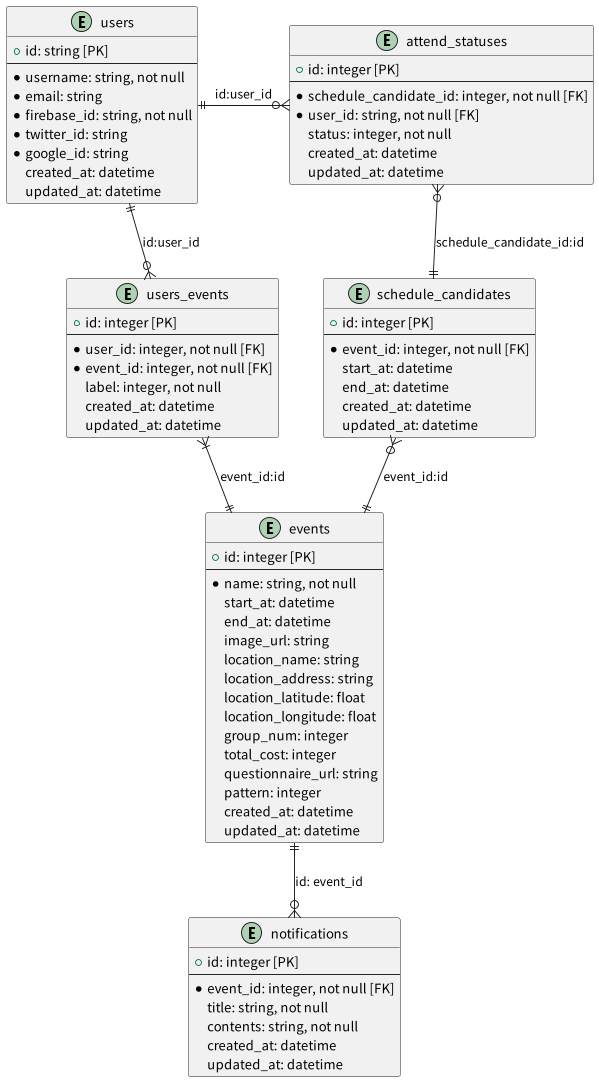
Above: docs/plantuml/er.png in ITK13201/schetify-api (PlantUML), before the change.
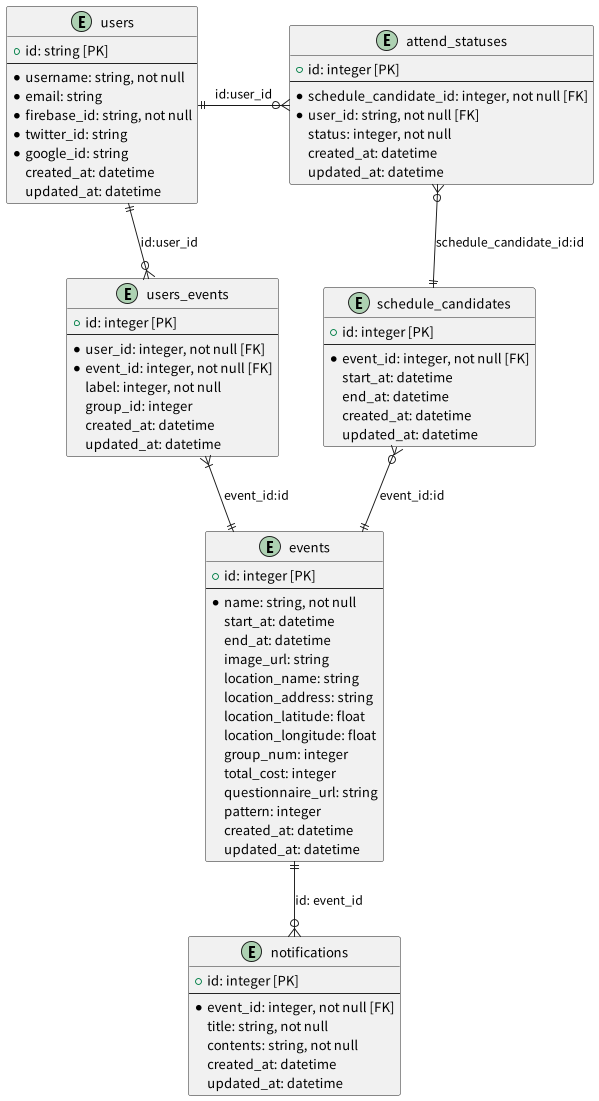
After the commit.

The edit, as a diff of the source:
```diff
@@ -20,6 +20,7 @@
     * user_id: integer, not null [FK]
     * event_id: integer, not null [FK]
     label: integer, not null
+    group_id: integer
     created_at: datetime
     updated_at: datetime
 }
```
